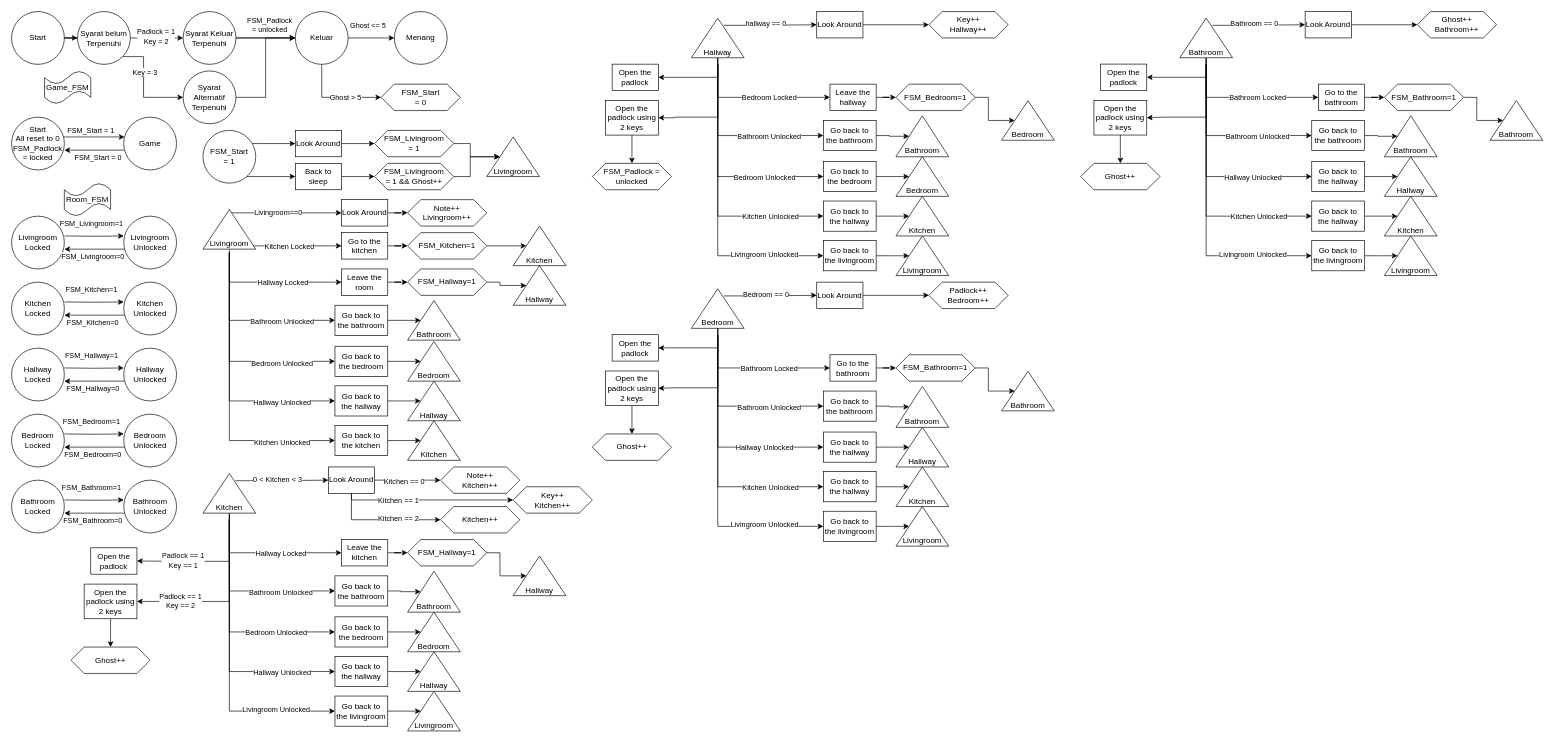
Before: diagram/Untitled Diagram.drawio in Trelel129/fsmesc, a draw.io diagram. Source tidied: cells renumbered, new cells numbered last; positions are measured from the earlier drawing's top-left corner, leaving out a move shared by most shapes. Both pictures are drawn from the tidied source at 66%, with x=0, y=0 at pixel (11, 11).
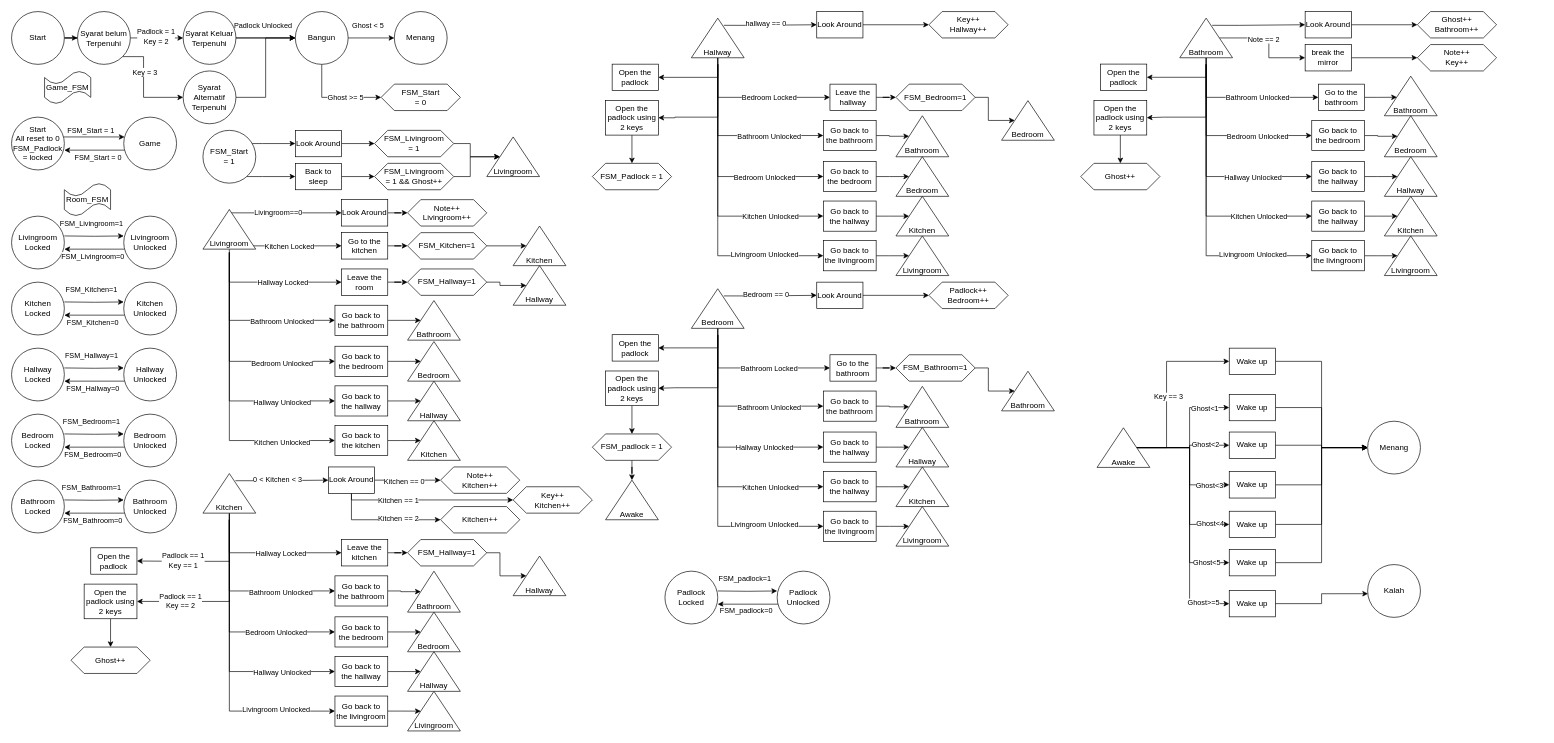
The same diagram, later.

Unchanged cells that the change refers to:
```xml
<mxCell id="9" style="edgeStyle=orthogonalEdgeStyle;rounded=0;jettySize=auto;html=1;entryX=0;entryY=0.5;entryDx=0;entryDy=0;" parent="1" edge="1" source="12" target="19">
  <mxGeometry relative="1" as="geometry" />
</mxCell>
<mxCell id="15" style="edgeStyle=orthogonalEdgeStyle;rounded=0;jettySize=auto;html=1;entryX=0;entryY=0.5;entryDx=0;entryDy=0;" parent="1" edge="1" source="19" target="20">
  <mxGeometry relative="1" as="geometry" />
</mxCell>
<mxCell id="17" style="edgeStyle=orthogonalEdgeStyle;rounded=0;jettySize=auto;html=1;entryX=0;entryY=0.5;entryDx=0;entryDy=0;entryPerimeter=0;" parent="1" edge="1" source="19" target="45">
  <mxGeometry relative="1" as="geometry">
    <Array as="points">
      <mxPoint x="470" y="130" />
    </Array>
  </mxGeometry>
</mxCell>
<mxCell id="240" style="edgeStyle=orthogonalEdgeStyle;rounded=0;jettySize=auto;html=1;entryX=0;entryY=0.5;entryDx=0;entryDy=0;exitX=0.819;exitY=0.615;exitDx=0;exitDy=0;exitPerimeter=0;" parent="1" edge="1" source="272" target="239">
  <mxGeometry relative="1" as="geometry">
    <Array as="points">
      <mxPoint x="1860" y="21" />
    </Array>
  </mxGeometry>
</mxCell>
<mxCell id="242" style="edgeStyle=orthogonalEdgeStyle;rounded=0;jettySize=auto;html=1;entryX=0;entryY=0.5;entryDx=0;entryDy=0;" parent="1" edge="1" target="251">
  <mxGeometry relative="1" as="geometry">
    <mxPoint x="1810" y="80" as="sourcePoint" />
    <Array as="points">
      <mxPoint x="1810" y="130" />
    </Array>
  </mxGeometry>
</mxCell>
<mxCell id="244" style="edgeStyle=orthogonalEdgeStyle;rounded=0;jettySize=auto;html=1;entryX=0;entryY=0.5;entryDx=0;entryDy=0;" parent="1" edge="1" target="256">
  <mxGeometry relative="1" as="geometry">
    <mxPoint x="1810" y="80" as="sourcePoint" />
    <Array as="points">
      <mxPoint x="1810" y="188" />
    </Array>
  </mxGeometry>
</mxCell>
<mxCell id="251" value="Go to the bathroom" style="rounded=0;whiteSpace=wrap;html=1;" parent="1" vertex="1">
  <mxGeometry x="1980" y="110" width="70" height="40" as="geometry" />
</mxCell>
<mxCell id="272" value="&lt;div&gt;&lt;br&gt;&lt;/div&gt;&lt;div&gt;&lt;br&gt;&lt;/div&gt;&lt;div&gt;&lt;br&gt;&lt;/div&gt;Bathroom" style="triangle;whiteSpace=wrap;html=1;direction=north;" parent="1" vertex="1">
  <mxGeometry x="1770" y="10" width="80" height="60" as="geometry" />
</mxCell>
```

Diff of the diagram source:
```diff
@@
-    <mxCell id="10" value="FSM_Padlock&lt;div&gt;= unlocked&lt;br&gt;&lt;/div&gt;" style="edgeLabel;html=1;align=center;verticalAlign=middle;" parent="9" vertex="1">
+    <mxCell id="10" value="&lt;div&gt;Padlock Unlocked&lt;/div&gt;" style="edgeLabel;html=1;align=center;verticalAlign=middle;" parent="9" vertex="1">
       <mxGeometry x="-0.14" relative="1" as="geometry">
-        <mxPoint x="11" y="-20" as="offset" />
+        <mxPoint x="1" y="-20" as="offset" />
       </mxGeometry>
     </mxCell>
@@
-    <mxCell id="16" value="Ghost &amp;lt;= 5" style="edgeLabel;html=1;align=center;verticalAlign=middle;" parent="15" vertex="1">
+    <mxCell id="16" value="Ghost &amp;lt; 5" style="edgeLabel;html=1;align=center;verticalAlign=middle;" parent="15" vertex="1">
       <mxGeometry x="-0.17" y="1" relative="1" as="geometry">
         <mxPoint y="-19" as="offset" />
       </mxGeometry>
     </mxCell>
@@
-    <mxCell id="18" value="Ghost &amp;gt; 5" style="edgeLabel;html=1;align=center;verticalAlign=middle;" parent="17" vertex="1">
+    <mxCell id="18" value="Ghost &amp;gt;= 5" style="edgeLabel;html=1;align=center;verticalAlign=middle;" parent="17" vertex="1">
       <mxGeometry x="0.21" relative="1" as="geometry" />
     </mxCell>
-    <mxCell id="19" value="Keluar" style="ellipse;whiteSpace=wrap;html=1;" parent="1" vertex="1">
+    <mxCell id="19" value="Bangun" style="ellipse;whiteSpace=wrap;html=1;" parent="1" vertex="1">
       <mxGeometry x="430" width="80" height="80" as="geometry" />
     </mxCell>
@@
-    <mxCell id="198" value="&lt;div&gt;FSM_Padlock = unlocked&lt;/div&gt;" style="shape=hexagon;perimeter=hexagonPerimeter2;whiteSpace=wrap;html=1;fixedSize=1;" parent="1" vertex="1">
+    <mxCell id="198" value="&lt;div&gt;FSM_Padlock = 1&lt;/div&gt;" style="shape=hexagon;perimeter=hexagonPerimeter2;whiteSpace=wrap;html=1;fixedSize=1;" parent="1" vertex="1">
       <mxGeometry x="880" y="230" width="120" height="40" as="geometry" />
     </mxCell>
@@
+    <mxCell id="277" style="edgeStyle=orthogonalEdgeStyle;rounded=0;jettySize=auto;html=1;entryX=1;entryY=0.5;entryDx=0;entryDy=0;" parent="1" edge="1" source="237" target="289">
+      <mxGeometry relative="1" as="geometry" />
+    </mxCell>
-    <mxCell id="237" value="&lt;div&gt;Ghost++&lt;/div&gt;" style="shape=hexagon;perimeter=hexagonPerimeter2;whiteSpace=wrap;html=1;fixedSize=1;" parent="1" vertex="1">
+    <mxCell id="237" value="&lt;div&gt;FSM_padlock = 1&lt;/div&gt;" style="shape=hexagon;perimeter=hexagonPerimeter2;whiteSpace=wrap;html=1;fixedSize=1;" parent="1" vertex="1">
       <mxGeometry x="880" y="640" width="120" height="40" as="geometry" />
     </mxCell>
@@
-    <mxCell id="241" value="Bathroom == 0" style="edgeLabel;html=1;align=center;verticalAlign=middle;" parent="240" vertex="1">
-      <mxGeometry x="-0.11" y="2" relative="1" as="geometry" />
-    </mxCell>
@@
-    <mxCell id="243" value="Bathroom Locked" style="edgeLabel;html=1;align=center;verticalAlign=middle;" parent="242" vertex="1">
+    <mxCell id="243" value="Bathroom Unlocked" style="edgeLabel;html=1;align=center;verticalAlign=middle;" parent="242" vertex="1">
       <mxGeometry x="0.04" y="-2" relative="1" as="geometry">
         <mxPoint x="13" y="-2" as="offset" />
       </mxGeometry>
     </mxCell>
@@
-    <mxCell id="245" value="Bathroom Unlocked" style="edgeLabel;html=1;align=center;verticalAlign=middle;" parent="244" vertex="1">
+    <mxCell id="245" value="Bedroom Unlocked" style="edgeLabel;html=1;align=center;verticalAlign=middle;" parent="244" vertex="1">
       <mxGeometry x="0.27" y="-3" relative="1" as="geometry">
         <mxPoint x="15" y="-1" as="offset" />
       </mxGeometry>
     </mxCell>
@@
-    <mxCell id="250" style="edgeStyle=orthogonalEdgeStyle;rounded=0;jettySize=auto;html=1;entryX=0;entryY=0.5;entryDx=0;entryDy=0;" parent="1" edge="1" source="251" target="253">
+    <mxCell id="250" style="edgeStyle=orthogonalEdgeStyle;rounded=0;jettySize=auto;html=1;entryX=0.467;entryY=0.239;entryDx=0;entryDy=0;entryPerimeter=0;" parent="1" edge="1" source="251" target="254">
       <mxGeometry relative="1" as="geometry" />
     </mxCell>
@@
-    <mxCell id="252" style="edgeStyle=orthogonalEdgeStyle;rounded=0;jettySize=auto;html=1;entryX=0.5;entryY=0;entryDx=0;entryDy=0;" parent="1" edge="1" source="253" target="254">
-      <mxGeometry relative="1" as="geometry" />
-    </mxCell>
-    <mxCell id="253" value="FSM_Bathroom=1" style="shape=hexagon;perimeter=hexagonPerimeter2;whiteSpace=wrap;html=1;fixedSize=1;" parent="1" vertex="1">
-      <mxGeometry x="2080" y="110" width="120" height="40" as="geometry" />
-    </mxCell>
     <mxCell id="254" value="&lt;div&gt;&lt;br&gt;&lt;/div&gt;&lt;div&gt;&lt;br&gt;&lt;/div&gt;&lt;div&gt;&lt;br&gt;&lt;/div&gt;Bathroom" style="triangle;whiteSpace=wrap;html=1;direction=north;" parent="1" vertex="1">
-      <mxGeometry x="2240" y="135" width="80" height="60" as="geometry" />
+      <mxGeometry x="2080" y="97.9" width="80" height="60" as="geometry" />
     </mxCell>
@@
-    <mxCell id="256" value="Go back to the bathroom" style="rounded=0;whiteSpace=wrap;html=1;" parent="1" vertex="1">
+    <mxCell id="256" value="Go back to the bedroom" style="rounded=0;whiteSpace=wrap;html=1;" parent="1" vertex="1">
       <mxGeometry x="1970" y="165" width="80" height="45.7" as="geometry" />
     </mxCell>
-    <mxCell id="257" value="&lt;div&gt;&lt;br&gt;&lt;/div&gt;&lt;div&gt;&lt;br&gt;&lt;/div&gt;&lt;div&gt;&lt;br&gt;&lt;/div&gt;Bathroom" style="triangle;whiteSpace=wrap;html=1;direction=north;" parent="1" vertex="1">
+    <mxCell id="257" value="&lt;div&gt;&lt;br&gt;&lt;/div&gt;&lt;div&gt;&lt;br&gt;&lt;/div&gt;&lt;div&gt;&lt;br&gt;&lt;/div&gt;Bedroom" style="triangle;whiteSpace=wrap;html=1;direction=north;" parent="1" vertex="1">
       <mxGeometry x="2080" y="157.9" width="80" height="62.1" as="geometry" />
     </mxCell>
@@
+    <mxCell id="278" style="edgeStyle=orthogonalEdgeStyle;rounded=0;jettySize=auto;html=1;" parent="1" edge="1" source="272" target="281">
+      <mxGeometry relative="1" as="geometry" />
+    </mxCell>
+    <mxCell id="279" value="Note == 2" style="edgeLabel;html=1;align=center;verticalAlign=middle;" parent="278" vertex="1">
+      <mxGeometry x="-0.17" y="-1" relative="1" as="geometry" />
+    </mxCell>
@@
+    <mxCell id="280" style="edgeStyle=orthogonalEdgeStyle;rounded=0;jettySize=auto;html=1;entryX=0;entryY=0.5;entryDx=0;entryDy=0;" parent="1" edge="1" source="281" target="282">
+      <mxGeometry relative="1" as="geometry" />
+    </mxCell>
+    <mxCell id="281" value="break the mirror" style="rounded=0;whiteSpace=wrap;html=1;" parent="1" vertex="1">
+      <mxGeometry x="1960" y="50" width="70" height="40" as="geometry" />
+    </mxCell>
+    <mxCell id="282" value="Note++&lt;div&gt;Key++&lt;/div&gt;" style="shape=hexagon;perimeter=hexagonPerimeter2;whiteSpace=wrap;html=1;fixedSize=1;" parent="1" vertex="1">
+      <mxGeometry x="2130" y="50" width="120" height="40" as="geometry" />
+    </mxCell>
+    <mxCell id="283" style="edgeStyle=orthogonalEdgeStyle;rounded=0;jettySize=auto;html=1;entryX=0;entryY=0.375;entryDx=0;entryDy=0;entryPerimeter=0;" parent="1" edge="1" target="288">
+      <mxGeometry relative="1" as="geometry">
+        <mxPoint x="1070" y="877.9" as="sourcePoint" />
+      </mxGeometry>
+    </mxCell>
+    <mxCell id="284" value="FSM_padlock=1" style="edgeLabel;html=1;align=center;verticalAlign=middle;" parent="283" vertex="1">
+      <mxGeometry x="-0.39" y="1" relative="1" as="geometry">
+        <mxPoint x="12" y="-19" as="offset" />
+      </mxGeometry>
+    </mxCell>
+    <mxCell id="285" value="Padlock&lt;br&gt;Locked" style="ellipse;whiteSpace=wrap;html=1;" parent="1" vertex="1">
+      <mxGeometry x="990" y="847.9" width="80" height="80" as="geometry" />
+    </mxCell>
+    <mxCell id="286" style="edgeStyle=orthogonalEdgeStyle;rounded=0;jettySize=auto;html=1;" parent="1" edge="1" source="288">
+      <mxGeometry relative="1" as="geometry">
+        <mxPoint x="1070" y="897.9" as="targetPoint" />
+        <Array as="points">
+          <mxPoint x="1070" y="897.9" />
+        </Array>
+      </mxGeometry>
+    </mxCell>
+    <mxCell id="287" value="FSM_padlock=0" style="edgeLabel;html=1;align=center;verticalAlign=middle;" parent="286" vertex="1">
+      <mxGeometry x="0.07" y="1" relative="1" as="geometry">
+        <mxPoint y="9" as="offset" />
+      </mxGeometry>
+    </mxCell>
+    <mxCell id="288" value="Padlock&lt;br&gt;Unlocked" style="ellipse;whiteSpace=wrap;html=1;" parent="1" vertex="1">
+      <mxGeometry x="1160" y="847.9" width="80" height="80" as="geometry" />
+    </mxCell>
+    <mxCell id="289" value="&lt;div&gt;&lt;br&gt;&lt;/div&gt;&lt;div&gt;&lt;br&gt;&lt;/div&gt;&lt;div&gt;&lt;br&gt;&lt;/div&gt;Awake" style="triangle;whiteSpace=wrap;html=1;direction=north;" parent="1" vertex="1">
+      <mxGeometry x="900" y="710" width="80" height="60" as="geometry" />
+    </mxCell>
+    <mxCell id="290" style="edgeStyle=orthogonalEdgeStyle;rounded=0;jettySize=auto;html=1;" parent="1" edge="1" source="304" target="306">
+      <mxGeometry relative="1" as="geometry">
+        <Array as="points">
+          <mxPoint x="1750" y="661" />
+          <mxPoint x="1750" y="530" />
+        </Array>
+      </mxGeometry>
+    </mxCell>
+    <mxCell id="291" value="Key == 3" style="edgeLabel;html=1;align=center;verticalAlign=middle;" parent="290" vertex="1">
+      <mxGeometry x="-0.09" y="-2" relative="1" as="geometry" />
+    </mxCell>
+    <mxCell id="292" style="edgeStyle=orthogonalEdgeStyle;rounded=0;jettySize=auto;html=1;entryX=0;entryY=0.5;entryDx=0;entryDy=0;" parent="1" edge="1" source="304" target="309">
+      <mxGeometry relative="1" as="geometry" />
+    </mxCell>
+    <mxCell id="293" value="Ghost&amp;lt;1" style="edgeLabel;html=1;align=center;verticalAlign=middle;" parent="292" vertex="1">
+      <mxGeometry x="0.62" relative="1" as="geometry" />
+    </mxCell>
+    <mxCell id="294" style="edgeStyle=orthogonalEdgeStyle;rounded=0;jettySize=auto;html=1;" parent="1" edge="1" source="304" target="311">
+      <mxGeometry relative="1" as="geometry" />
+    </mxCell>
+    <mxCell id="295" value="Ghost&amp;lt;2" style="edgeLabel;html=1;align=center;verticalAlign=middle;" parent="294" vertex="1">
+      <mxGeometry x="0.49" y="2" relative="1" as="geometry" />
+    </mxCell>
+    <mxCell id="296" style="edgeStyle=orthogonalEdgeStyle;rounded=0;jettySize=auto;html=1;entryX=0;entryY=0.5;entryDx=0;entryDy=0;" parent="1" edge="1" source="304" target="313">
+      <mxGeometry relative="1" as="geometry" />
+    </mxCell>
+    <mxCell id="297" value="Ghost&amp;lt;3" style="edgeLabel;html=1;align=center;verticalAlign=middle;" parent="296" vertex="1">
+      <mxGeometry x="0.62" y="-1" relative="1" as="geometry">
+        <mxPoint x="7" y="-1" as="offset" />
+      </mxGeometry>
+    </mxCell>
+    <mxCell id="298" style="edgeStyle=orthogonalEdgeStyle;rounded=0;jettySize=auto;html=1;entryX=0;entryY=0.5;entryDx=0;entryDy=0;" parent="1" edge="1" source="304" target="315">
+      <mxGeometry relative="1" as="geometry" />
+    </mxCell>
+    <mxCell id="299" value="Ghost&amp;lt;4" style="edgeLabel;html=1;align=center;verticalAlign=middle;" parent="298" vertex="1">
+      <mxGeometry x="0.77" y="2" relative="1" as="geometry" />
+    </mxCell>
+    <mxCell id="300" style="edgeStyle=orthogonalEdgeStyle;rounded=0;jettySize=auto;html=1;entryX=0;entryY=0.5;entryDx=0;entryDy=0;" parent="1" edge="1" source="304" target="317">
+      <mxGeometry relative="1" as="geometry" />
+    </mxCell>
+    <mxCell id="301" value="Ghost&amp;lt;5" style="edgeLabel;html=1;align=center;verticalAlign=middle;" parent="300" vertex="1">
+      <mxGeometry x="0.78" y="1" relative="1" as="geometry" />
+    </mxCell>
+    <mxCell id="302" style="edgeStyle=orthogonalEdgeStyle;rounded=0;jettySize=auto;html=1;entryX=0;entryY=0.5;entryDx=0;entryDy=0;" parent="1" edge="1" source="304" target="318">
+      <mxGeometry relative="1" as="geometry" />
+    </mxCell>
+    <mxCell id="303" value="Ghost&amp;gt;=5" style="edgeLabel;html=1;align=center;verticalAlign=middle;" parent="302" vertex="1">
+      <mxGeometry x="0.79" y="2" relative="1" as="geometry" />
+    </mxCell>
+    <mxCell id="304" value="&lt;div&gt;&lt;br&gt;&lt;/div&gt;&lt;div&gt;&lt;br&gt;&lt;/div&gt;&lt;div&gt;&lt;br&gt;&lt;/div&gt;Awake" style="triangle;whiteSpace=wrap;html=1;direction=north;" parent="1" vertex="1">
+      <mxGeometry x="1644.7" y="630.7" width="80" height="60" as="geometry" />
+    </mxCell>
+    <mxCell id="305" style="edgeStyle=orthogonalEdgeStyle;rounded=0;jettySize=auto;html=1;entryX=0;entryY=0.5;entryDx=0;entryDy=0;" parent="1" edge="1" source="306" target="307">
+      <mxGeometry relative="1" as="geometry" />
+    </mxCell>
+    <mxCell id="306" value="Wake up" style="rounded=0;whiteSpace=wrap;html=1;" parent="1" vertex="1">
+      <mxGeometry x="1845" y="510" width="70" height="40" as="geometry" />
+    </mxCell>
+    <mxCell id="307" value="Menang" style="ellipse;whiteSpace=wrap;html=1;" parent="1" vertex="1">
+      <mxGeometry x="2054.7" y="620.7" width="80" height="80" as="geometry" />
+    </mxCell>
+    <mxCell id="308" style="edgeStyle=orthogonalEdgeStyle;rounded=0;jettySize=auto;html=1;entryX=0;entryY=0.5;entryDx=0;entryDy=0;" parent="1" edge="1" source="309" target="307">
+      <mxGeometry relative="1" as="geometry" />
+    </mxCell>
+    <mxCell id="309" value="Wake up" style="rounded=0;whiteSpace=wrap;html=1;" parent="1" vertex="1">
+      <mxGeometry x="1845" y="580" width="70" height="40" as="geometry" />
+    </mxCell>
+    <mxCell id="310" style="edgeStyle=orthogonalEdgeStyle;rounded=0;jettySize=auto;html=1;entryX=0;entryY=0.5;entryDx=0;entryDy=0;" parent="1" edge="1" source="311" target="307">
+      <mxGeometry relative="1" as="geometry" />
+    </mxCell>
+    <mxCell id="311" value="Wake up" style="rounded=0;whiteSpace=wrap;html=1;" parent="1" vertex="1">
+      <mxGeometry x="1845" y="637.1" width="70" height="40" as="geometry" />
+    </mxCell>
+    <mxCell id="312" style="edgeStyle=orthogonalEdgeStyle;rounded=0;jettySize=auto;html=1;entryX=0;entryY=0.5;entryDx=0;entryDy=0;" parent="1" edge="1" source="313" target="307">
+      <mxGeometry relative="1" as="geometry" />
+    </mxCell>
+    <mxCell id="313" value="Wake up" style="rounded=0;whiteSpace=wrap;html=1;" parent="1" vertex="1">
+      <mxGeometry x="1845" y="697.1" width="70" height="40" as="geometry" />
+    </mxCell>
+    <mxCell id="314" style="edgeStyle=orthogonalEdgeStyle;rounded=0;jettySize=auto;html=1;entryX=0;entryY=0.5;entryDx=0;entryDy=0;" parent="1" edge="1" source="315" target="307">
+      <mxGeometry relative="1" as="geometry" />
+    </mxCell>
+    <mxCell id="315" value="Wake up" style="rounded=0;whiteSpace=wrap;html=1;" parent="1" vertex="1">
+      <mxGeometry x="1845" y="757.1" width="70" height="40" as="geometry" />
+    </mxCell>
+    <mxCell id="316" style="edgeStyle=orthogonalEdgeStyle;rounded=0;jettySize=auto;html=1;entryX=0;entryY=0.5;entryDx=0;entryDy=0;" parent="1" edge="1" source="317" target="307">
+      <mxGeometry relative="1" as="geometry" />
+    </mxCell>
+    <mxCell id="317" value="Wake up" style="rounded=0;whiteSpace=wrap;html=1;" parent="1" vertex="1">
+      <mxGeometry x="1845" y="815" width="70" height="40" as="geometry" />
+    </mxCell>
+    <mxCell id="318" value="Wake up" style="rounded=0;whiteSpace=wrap;html=1;" parent="1" vertex="1">
+      <mxGeometry x="1845" y="877.1" width="70" height="40" as="geometry" />
+    </mxCell>
+    <mxCell id="319" value="Kalah" style="ellipse;whiteSpace=wrap;html=1;" parent="1" vertex="1">
+      <mxGeometry x="2054.7" y="837.9" width="80" height="80" as="geometry" />
+    </mxCell>
+    <mxCell id="320" style="edgeStyle=orthogonalEdgeStyle;rounded=0;jettySize=auto;html=1;entryX=0.007;entryY=0.552;entryDx=0;entryDy=0;entryPerimeter=0;" parent="1" edge="1" source="318" target="319">
+      <mxGeometry relative="1" as="geometry" />
+    </mxCell>
```
